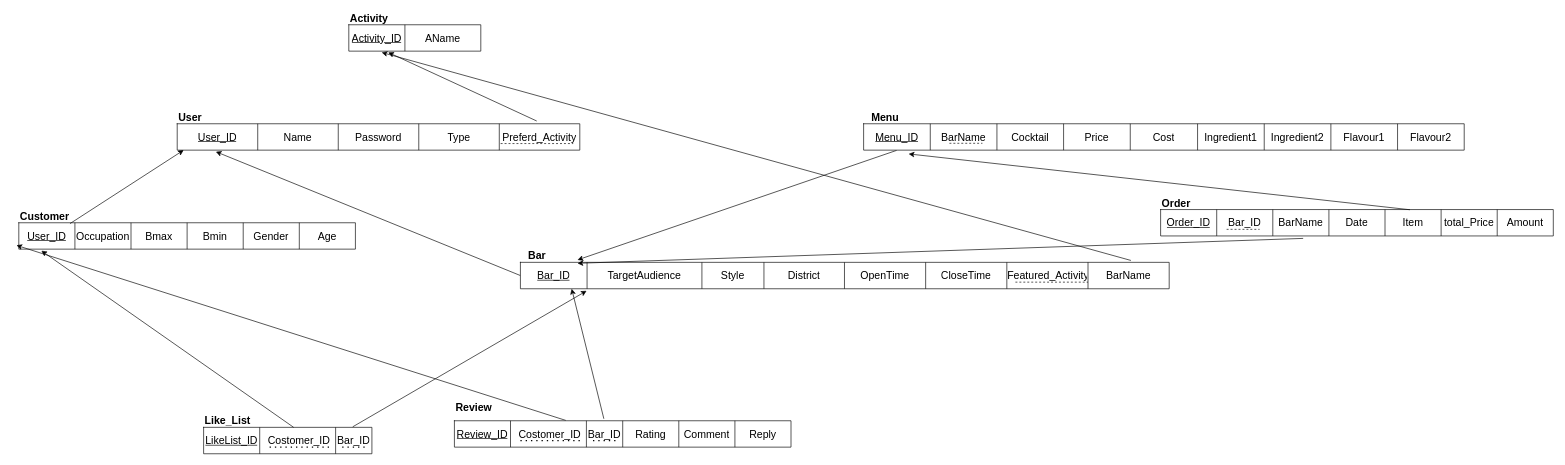
This is DBDesign.drawio from tp12356twNccu/Database_NCCU, a draw.io file, before an edit. Source tidied: cells renumbered, new cells numbered last; positions are measured from the earlier drawing's top-left corner, leaving out a move shared by most shapes. Both pictures are drawn from the tidied source at 66%, with x=0, y=0 at pixel (18, 11).
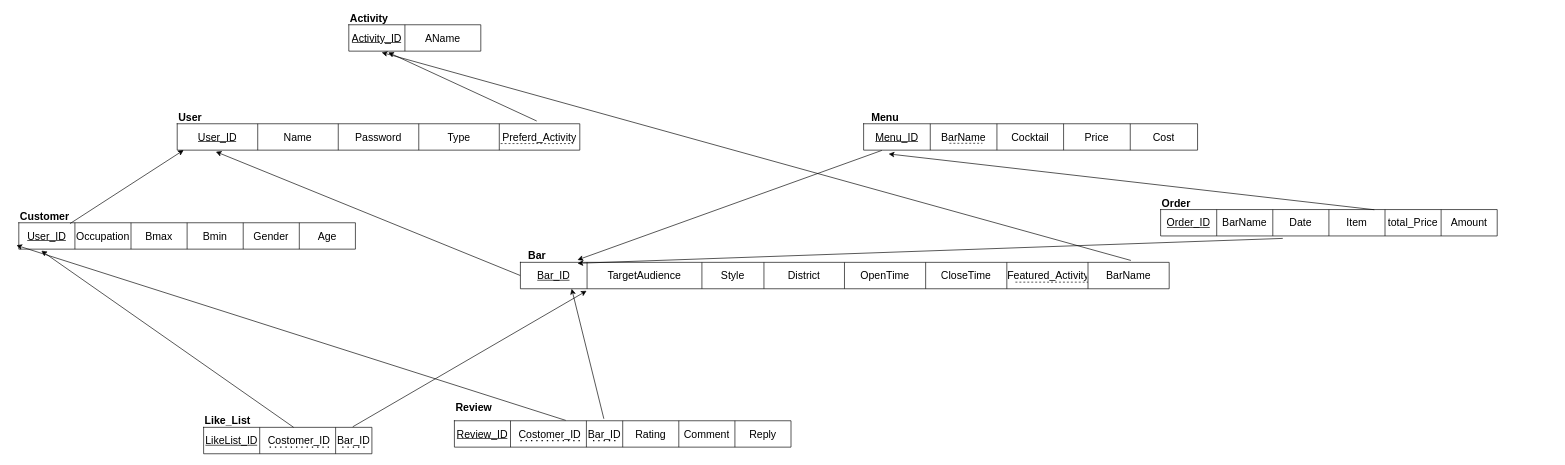
After the change.

The edit, as a diff of the source:
```diff
@@
     <mxCell id="66" style="shape=table;startSize=0;childLayout=tableLayout;fontSize=16;" parent="1" vertex="1">
-      <mxGeometry x="1280" y="170" width="910" height="40" as="geometry" />
+      <mxGeometry x="1280" y="170" width="506" height="40" as="geometry" />
     </mxCell>
     <mxCell id="67" style="shape=tableRow;horizontal=0;startSize=0;swimlaneHead=0;swimlaneBody=0;strokeColor=inherit;top=0;left=0;bottom=0;right=0;fillColor=none;points=[[0,0.5],[1,0.5]];portConstraint=eastwest;fontSize=16;" parent="66" vertex="1">
-      <mxGeometry width="910" height="40" as="geometry" />
+      <mxGeometry width="506" height="40" as="geometry" />
     </mxCell>
@@
-    <mxCell id="73" value="Ingredient1" style="shape=partialRectangle;html=1;whiteSpace=wrap;strokeColor=inherit;overflow=hidden;fillColor=none;top=0;left=0;bottom=0;right=0;fontSize=16;" parent="67" vertex="1">
-      <mxGeometry x="506" width="101" height="40" as="geometry" />
-    </mxCell>
-    <mxCell id="74" value="Ingredient2" style="shape=partialRectangle;html=1;whiteSpace=wrap;strokeColor=inherit;overflow=hidden;fillColor=none;top=0;left=0;bottom=0;right=0;fontSize=16;" parent="67" vertex="1">
-      <mxGeometry x="607" width="101" height="40" as="geometry" />
-    </mxCell>
-    <mxCell id="75" value="Flavour1" style="shape=partialRectangle;html=1;whiteSpace=wrap;strokeColor=inherit;overflow=hidden;fillColor=none;top=0;left=0;bottom=0;right=0;fontSize=16;" parent="67" vertex="1">
-      <mxGeometry x="708" width="101" height="40" as="geometry" />
-    </mxCell>
-    <mxCell id="76" value="Flavour2" style="shape=partialRectangle;html=1;whiteSpace=wrap;strokeColor=inherit;overflow=hidden;fillColor=none;top=0;left=0;bottom=0;right=0;fontSize=16;" parent="67" vertex="1">
-      <mxGeometry x="809" width="101" height="40" as="geometry" />
-    </mxCell>
@@
     <mxCell id="78" style="shape=table;startSize=0;childLayout=tableLayout;fontSize=16;" parent="1" vertex="1">
-      <mxGeometry x="1730" y="300" width="595" height="40" as="geometry" />
+      <mxGeometry x="1730" y="300" width="510" height="40" as="geometry" />
     </mxCell>
     <mxCell id="79" style="shape=tableRow;horizontal=0;startSize=0;swimlaneHead=0;swimlaneBody=0;strokeColor=inherit;top=0;left=0;bottom=0;right=0;fillColor=none;points=[[0,0.5],[1,0.5]];portConstraint=eastwest;fontSize=16;" parent="78" vertex="1">
-      <mxGeometry width="595" height="40" as="geometry" />
+      <mxGeometry width="510" height="40" as="geometry" />
     </mxCell>
@@
-    <mxCell id="81" value="Bar_ID" style="shape=partialRectangle;html=1;whiteSpace=wrap;strokeColor=inherit;overflow=hidden;fillColor=none;top=0;left=0;bottom=0;right=0;fontSize=16;" parent="79" vertex="1">
-      <mxGeometry x="85" width="85" height="40" as="geometry" />
-    </mxCell>
     <mxCell id="82" value="BarName" style="shape=partialRectangle;html=1;whiteSpace=wrap;strokeColor=inherit;overflow=hidden;fillColor=none;top=0;left=0;bottom=0;right=0;fontSize=16;" parent="79" vertex="1">
-      <mxGeometry x="170" width="85" height="40" as="geometry" />
+      <mxGeometry x="85" width="85" height="40" as="geometry" />
     </mxCell>
     <mxCell id="83" value="Date" style="shape=partialRectangle;html=1;whiteSpace=wrap;strokeColor=inherit;overflow=hidden;fillColor=none;top=0;left=0;bottom=0;right=0;fontSize=16;" parent="79" vertex="1">
-      <mxGeometry x="255" width="85" height="40" as="geometry" />
+      <mxGeometry x="170" width="85" height="40" as="geometry" />
     </mxCell>
     <mxCell id="84" value="Item" style="shape=partialRectangle;html=1;whiteSpace=wrap;strokeColor=inherit;overflow=hidden;fillColor=none;top=0;left=0;bottom=0;right=0;fontSize=16;" parent="79" vertex="1">
-      <mxGeometry x="340" width="85" height="40" as="geometry" />
+      <mxGeometry x="255" width="85" height="40" as="geometry" />
     </mxCell>
     <mxCell id="85" value="total_Price" style="shape=partialRectangle;html=1;whiteSpace=wrap;strokeColor=inherit;overflow=hidden;fillColor=none;top=0;left=0;bottom=0;right=0;fontSize=16;" parent="79" vertex="1">
-      <mxGeometry x="425" width="85" height="40" as="geometry" />
+      <mxGeometry x="340" width="85" height="40" as="geometry" />
     </mxCell>
     <mxCell id="86" value="Amount" style="shape=partialRectangle;html=1;whiteSpace=wrap;strokeColor=inherit;overflow=hidden;fillColor=none;top=0;left=0;bottom=0;right=0;fontSize=16;" parent="79" vertex="1">
-      <mxGeometry x="510" width="85" height="40" as="geometry" />
+      <mxGeometry x="425" width="85" height="40" as="geometry" />
     </mxCell>
@@
-    <mxCell id="88" style="endArrow=none;dashed=1;html=1;rounded=0;strokeColor=default;align=center;verticalAlign=middle;fontFamily=Helvetica;fontSize=11;fontColor=default;labelBackgroundColor=default;" parent="1" edge="1">
-      <mxGeometry relative="1" as="geometry">
-        <mxPoint x="1830" y="330" as="sourcePoint" />
-        <mxPoint x="1880" y="330" as="targetPoint" />
-      </mxGeometry>
-    </mxCell>
```
